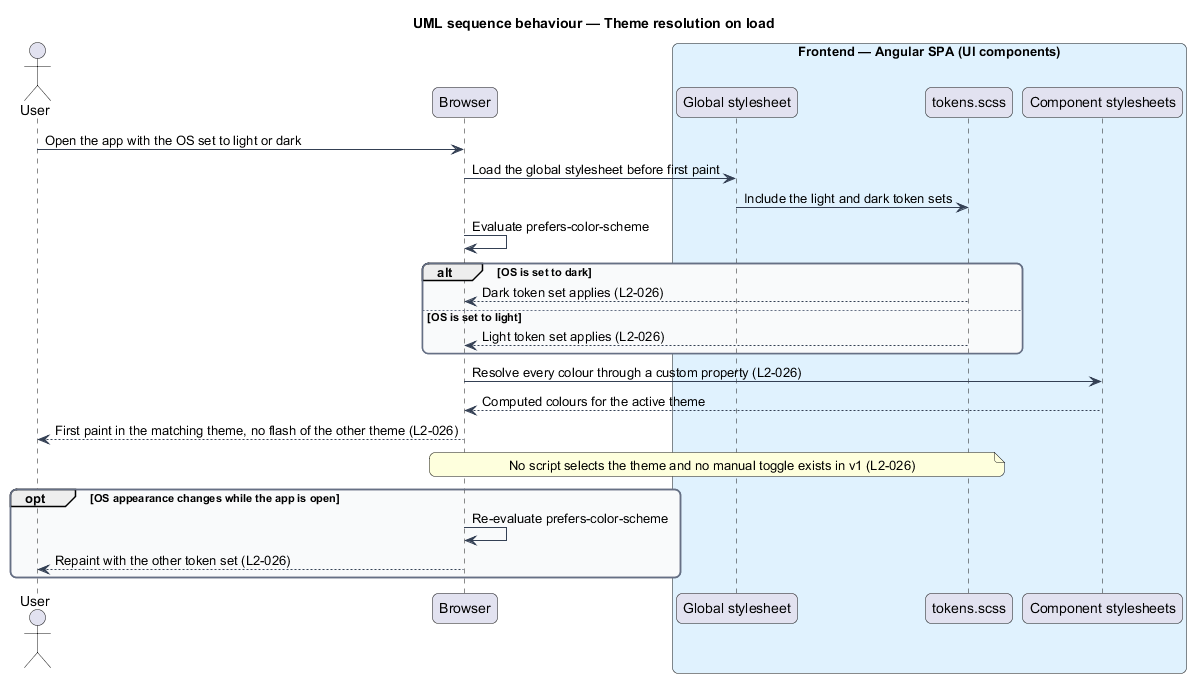
This is docs/detailed-designs/interface/theme-and-motion/diagrams/sequence-theme-resolution.png from QuinntyneBrown/php-todo-lab, a PlantUML export, as it was before one commit. The source it was exported from:
```plantuml
@startuml
title UML sequence behaviour — Theme resolution on load
skinparam backgroundColor #FFFFFF
skinparam shadowing false
skinparam roundcorner 12
skinparam defaultFontName Arial
skinparam ArrowColor #344054
skinparam rectangle {
  BorderColor #344054
  FontColor #101828
}
skinparam package {
  BorderColor #667085
  FontColor #101828
  BackgroundColor #F9FAFB
}
actor "User" as user
participant "Browser" as browser
box "Frontend — Angular SPA (UI components)" #E0F2FE
  participant "Global stylesheet" as global
  participant "tokens.scss" as tokens
  participant "Component stylesheets" as css
end box
user -> browser : Open the app with the OS set to light or dark
browser -> global : Load the global stylesheet before first paint
global -> tokens : Include the light and dark token sets
browser -> browser : Evaluate prefers-color-scheme
alt OS is set to dark
  tokens --> browser : Dark token set applies (L2-026)
else OS is set to light
  tokens --> browser : Light token set applies (L2-026)
end
browser -> css : Resolve every colour through a custom property (L2-026)
css --> browser : Computed colours for the active theme
browser --> user : First paint in the matching theme, no flash of the other theme (L2-026)
note over browser, tokens
  No script selects the theme and no manual toggle exists in v1 (L2-026)
end note
opt OS appearance changes while the app is open
  browser -> browser : Re-evaluate prefers-color-scheme
  browser --> user : Repaint with the other token set (L2-026)
end
@enduml
```
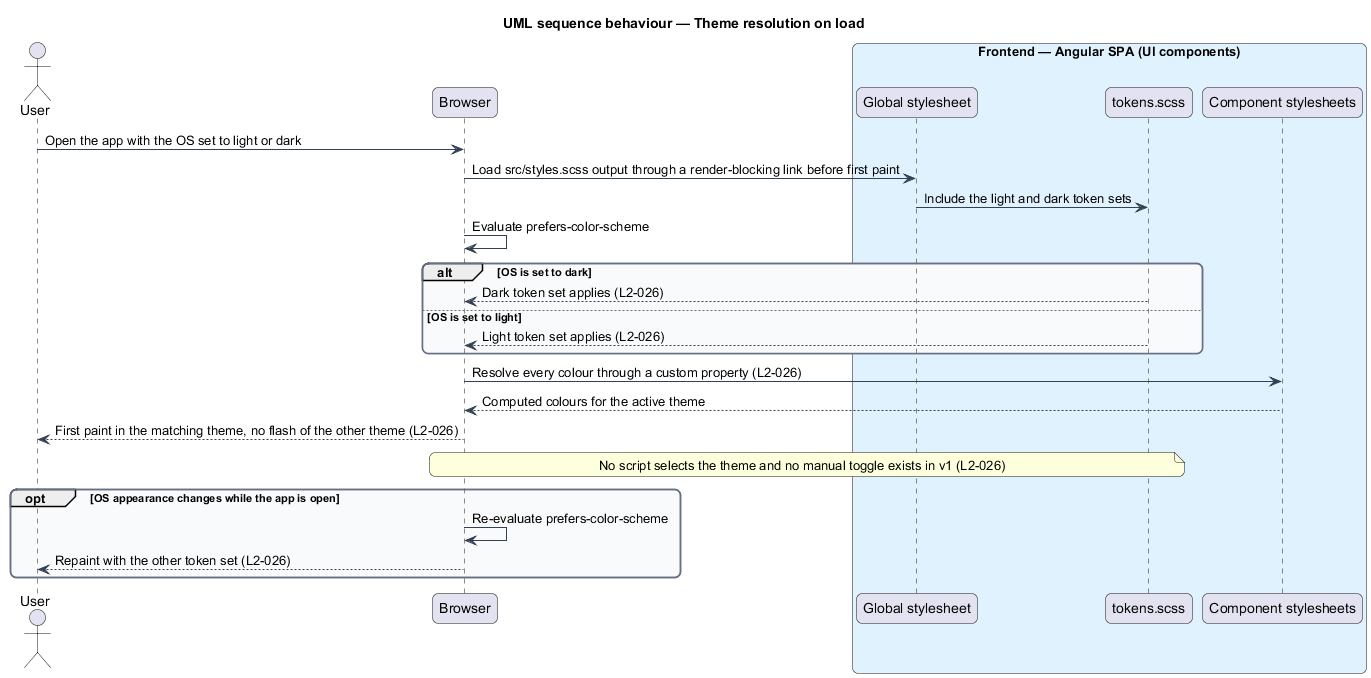
Above is the later version.

What changed in the source:
```diff
@@ -22,7 +22,7 @@
   participant "Component stylesheets" as css
 end box
 user -> browser : Open the app with the OS set to light or dark
-browser -> global : Load the global stylesheet before first paint
+browser -> global : Load src/styles.scss output through a render-blocking link before first paint
 global -> tokens : Include the light and dark token sets
 browser -> browser : Evaluate prefers-color-scheme
 alt OS is set to dark
```
